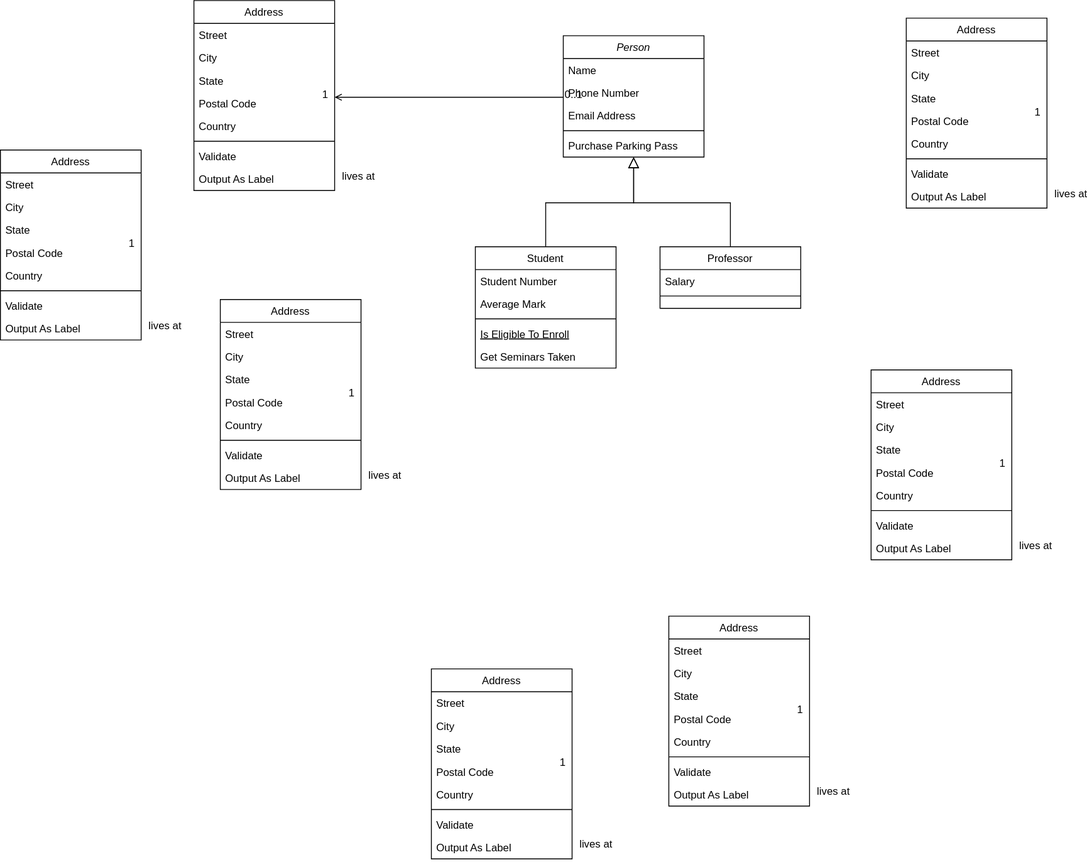
This is TestProgram.drawio.svg from Nuttph/FlowChartTestProgram, a draw.io export, as it was before one commit. Source tidied: cells renumbered, new cells last; positions are measured from the earlier drawing's top-left corner, leaving out a move shared by most shapes.
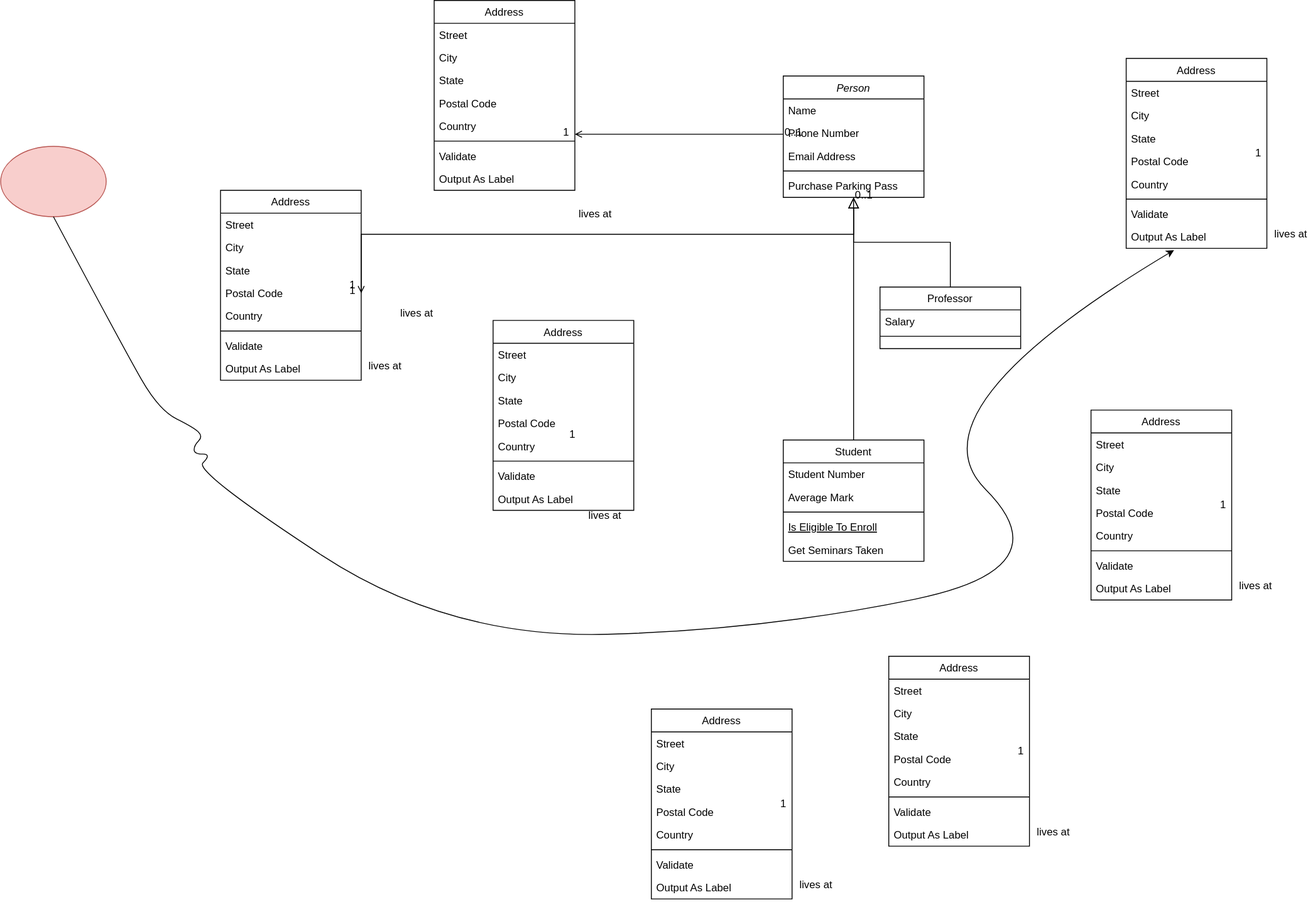
Later version of the same file.

Change to the diagram source:
```diff
@@ -21,7 +21,7 @@
       <mxGeometry y="112" width="160" height="26" as="geometry" />
     </mxCell>
     <mxCell id="8" value="Student" style="swimlane;fontStyle=0;align=center;verticalAlign=top;horizontal=1;startSize=26;rounded=0;shadow=0;strokeWidth=1;" parent="1" vertex="1">
-      <mxGeometry x="540" y="280" width="160" height="138" as="geometry" />
+      <mxGeometry x="640" y="454" width="160" height="138" as="geometry" />
     </mxCell>
     <mxCell id="9" value="Student Number" style="text;align=left;verticalAlign=top;spacingLeft=4;spacingRight=4;overflow=hidden;" parent="8" vertex="1">
       <mxGeometry y="26" width="160" height="26" as="geometry" />
@@ -54,7 +54,7 @@
       <mxGeometry relative="1" as="geometry" />
     </mxCell>
     <mxCell id="19" value="Address" style="swimlane;fontStyle=0;align=center;verticalAlign=top;horizontal=1;startSize=26;rounded=0;shadow=0;strokeWidth=1;" parent="1" vertex="1">
-      <mxGeometry x="220" width="160" height="216" as="geometry" />
+      <mxGeometry x="243" y="-46" width="160" height="216" as="geometry" />
     </mxCell>
     <mxCell id="20" value="Street" style="text;align=left;verticalAlign=top;spacingLeft=4;spacingRight=4;overflow=hidden;" parent="19" vertex="1">
       <mxGeometry y="26" width="160" height="26" as="geometry" />
@@ -101,7 +101,7 @@
       </mxGeometry>
     </mxCell>
     <mxCell id="32" value="Address" style="swimlane;fontStyle=0;align=center;verticalAlign=top;horizontal=1;startSize=26;rounded=0;shadow=0;strokeWidth=1;" parent="1" vertex="1">
-      <mxGeometry x="250" y="340" width="160" height="216" as="geometry" />
+      <mxGeometry x="310" y="318" width="160" height="216" as="geometry" />
     </mxCell>
     <mxCell id="33" value="Street" style="text;align=left;verticalAlign=top;spacingLeft=4;spacingRight=4;overflow=hidden;" parent="32" vertex="1">
       <mxGeometry y="26" width="160" height="26" as="geometry" />
@@ -298,5 +298,51 @@
     <mxCell id="97" value="lives at" style="text;html=1;align=center;verticalAlign=middle;labelBackgroundColor=none;rounded=0;shadow=0;strokeWidth=1;fontSize=12;" parent="1" vertex="1">
       <mxGeometry x="186" y="369" as="geometry" />
     </mxCell>
+    <mxCell id="98" style="endArrow=open;shadow=0;strokeWidth=1;rounded=0;endFill=1;edgeStyle=elbowEdgeStyle;elbow=vertical;entryX=1;entryY=0.5;entryDx=0;entryDy=0;" parent="1" edge="1" source="7" target="91">
+      <mxGeometry x="0.5" y="41" relative="1" as="geometry">
+        <Array as="points">
+          <mxPoint x="410" y="220" />
+        </Array>
+        <mxPoint x="-40" y="32" as="offset" />
+      </mxGeometry>
+    </mxCell>
+    <mxCell id="99" value="0..1" style="align=left;verticalAlign=bottom;labelBackgroundColor=none;fontSize=12;" parent="98" vertex="1">
+      <mxGeometry x="-1" relative="1" as="geometry">
+        <mxPoint y="4" as="offset" />
+      </mxGeometry>
+    </mxCell>
+    <mxCell id="100" value="1" style="align=right;verticalAlign=bottom;labelBackgroundColor=none;fontSize=12;" parent="98" vertex="1">
+      <mxGeometry x="1" relative="1" as="geometry">
+        <mxPoint x="-7" y="4" as="offset" />
+      </mxGeometry>
+    </mxCell>
+    <mxCell id="101" value="lives at" style="text;html=1;align=center;verticalAlign=middle;labelBackgroundColor=none;rounded=0;shadow=0;strokeWidth=1;fontSize=12;" parent="98" vertex="1">
+      <mxGeometry x="0.5" y="49" relative="1" as="geometry">
+        <mxPoint x="-38" y="40" as="offset" />
+      </mxGeometry>
+    </mxCell>
+    <mxCell id="102" style="ellipse;whiteSpace=wrap;html=1;fillColor=#f8cecc;strokeColor=#b85450;" parent="1" vertex="1">
+      <mxGeometry x="-250" y="120" width="120" height="80" as="geometry" />
+    </mxCell>
+    <mxCell id="103" style="curved=1;endArrow=classic;html=1;rounded=0;exitX=0.5;exitY=1;exitDx=0;exitDy=0;entryX=0.465;entryY=1.077;entryDx=0;entryDy=0;entryPerimeter=0;" parent="1" edge="1">
+      <mxGeometry relative="1" as="geometry">
+        <mxPoint x="-190" y="200" as="sourcePoint" />
+        <mxPoint x="1084.4" y="238" as="targetPoint" />
+        <Array as="points">
+          <mxPoint x="-110" y="350" />
+          <mxPoint x="-70" y="420" />
+          <mxPoint x="-30" y="440" />
+          <mxPoint x="-20" y="450" />
+          <mxPoint x="-30" y="460" />
+          <mxPoint x="-30" y="470" />
+          <mxPoint x="-10" y="470" />
+          <mxPoint x="-30" y="490" />
+          <mxPoint x="260" y="680" />
+          <mxPoint x="620" y="670" />
+          <mxPoint x="960" y="600" />
+          <mxPoint x="780" y="420" />
+        </Array>
+      </mxGeometry>
+    </mxCell>
   </root>
 </mxGraphModel>
```
